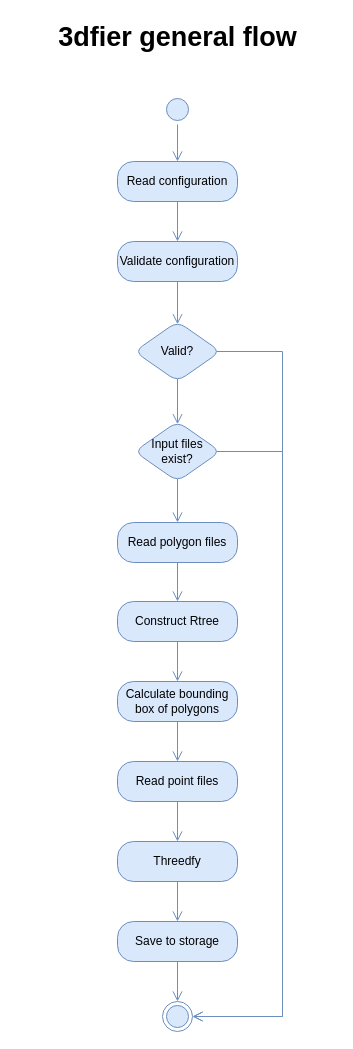
Earlier version of the draw.io diagram resources/flowdiagrams/3dfier general flow.drawio (tudelft3d/3dfier). Source tidied: cells renumbered, new cells numbered last; positions are measured from the earlier drawing's top-left corner, leaving out a move shared by most shapes. Both pictures are drawn from the tidied source at 100%, with x=0, y=0 at pixel (17, 17).
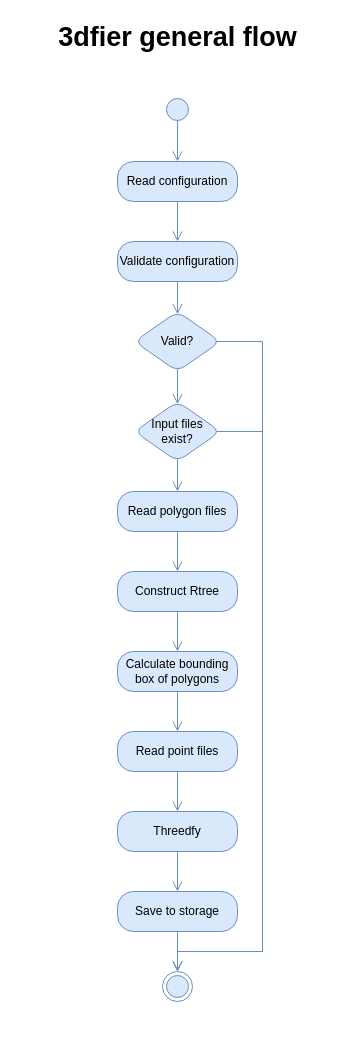
The same diagram, later.

Commit message (it also covers changes not shown here):
update flow diagrams and add images for docs

The change refers to these unchanged cells:
```xml
<mxCell id="2" style="ellipse;html=1;shape=startState;fillColor=#dae8fc;strokeColor=#6c8ebf;shadow=0;" parent="1" vertex="1">
  <mxGeometry x="145" y="77" width="30" height="30" as="geometry" />
</mxCell>
<mxCell id="5" value="Read configuration" style="rounded=1;whiteSpace=wrap;html=1;arcSize=40;fillColor=#dae8fc;strokeColor=#6c8ebf;shadow=0;" parent="1" vertex="1">
  <mxGeometry x="100" y="144" width="120" height="40" as="geometry" />
</mxCell>
```

Diff of the diagram source:
```diff
@@
-    <mxCell id="3" style="edgeStyle=orthogonalEdgeStyle;html=1;verticalAlign=bottom;endArrow=open;endSize=8;strokeColor=#6c8ebf;fillColor=#dae8fc;shadow=0;entryX=0.5;entryY=0;entryDx=0;entryDy=0;entryPerimeter=0;exitX=0.5;exitY=1;exitDx=0;exitDy=0;rounded=0;" parent="1" edge="1" source="2" target="5">
+    <mxCell id="3" style="edgeStyle=orthogonalEdgeStyle;html=1;verticalAlign=bottom;endArrow=open;endSize=8;strokeColor=#6c8ebf;fillColor=#dae8fc;shadow=0;entryX=0.5;entryY=0;entryDx=0;entryDy=0;exitX=0.499;exitY=0.881;exitDx=0;exitDy=0;rounded=0;exitPerimeter=0;" parent="1" edge="1" source="2" target="5">
       <mxGeometry relative="1" as="geometry" />
     </mxCell>
@@
     <mxCell id="9" value="Read polygon files" style="rounded=1;whiteSpace=wrap;html=1;arcSize=40;fillColor=#dae8fc;strokeColor=#6c8ebf;shadow=0;" parent="1" vertex="1">
-      <mxGeometry x="100" y="505" width="120" height="40" as="geometry" />
+      <mxGeometry x="100" y="474" width="120" height="40" as="geometry" />
     </mxCell>
@@
     <mxCell id="11" value="Construct Rtree" style="rounded=1;whiteSpace=wrap;html=1;arcSize=40;fillColor=#dae8fc;strokeColor=#6c8ebf;shadow=0;" parent="1" vertex="1">
-      <mxGeometry x="100" y="584" width="120" height="40" as="geometry" />
+      <mxGeometry x="100" y="554" width="120" height="40" as="geometry" />
     </mxCell>
@@
     <mxCell id="13" value="Calculate bounding box of polygons" style="rounded=1;whiteSpace=wrap;html=1;arcSize=40;fillColor=#dae8fc;strokeColor=#6c8ebf;shadow=0;" parent="1" vertex="1">
-      <mxGeometry x="100" y="664" width="120" height="40" as="geometry" />
+      <mxGeometry x="100" y="634" width="120" height="40" as="geometry" />
     </mxCell>
@@
     <mxCell id="15" value="Read point files" style="rounded=1;whiteSpace=wrap;html=1;arcSize=40;fillColor=#dae8fc;strokeColor=#6c8ebf;shadow=0;" parent="1" vertex="1">
-      <mxGeometry x="100" y="744" width="120" height="40" as="geometry" />
+      <mxGeometry x="100" y="714" width="120" height="40" as="geometry" />
     </mxCell>
@@
     <mxCell id="17" value="Threedfy" style="rounded=1;whiteSpace=wrap;html=1;arcSize=40;fillColor=#dae8fc;strokeColor=#6c8ebf;shadow=0;" parent="1" vertex="1">
-      <mxGeometry x="100" y="824" width="120" height="40" as="geometry" />
+      <mxGeometry x="100" y="794" width="120" height="40" as="geometry" />
     </mxCell>
@@
     <mxCell id="19" value="Save to storage" style="rounded=1;whiteSpace=wrap;html=1;arcSize=40;fillColor=#dae8fc;strokeColor=#6c8ebf;shadow=0;" parent="1" vertex="1">
-      <mxGeometry x="100" y="904" width="120" height="40" as="geometry" />
+      <mxGeometry x="100" y="874" width="120" height="40" as="geometry" />
     </mxCell>
-    <mxCell id="20" style="edgeStyle=orthogonalEdgeStyle;rounded=0;jettySize=auto;html=1;shadow=0;fontColor=#ffffff;entryX=1;entryY=0.5;entryDx=0;entryDy=0;exitX=0.951;exitY=0.5;exitDx=0;exitDy=0;fillColor=#dae8fc;strokeColor=#6c8ebf;endArrow=open;endFill=0;endSize=8;exitPerimeter=0;" parent="1" edge="1" source="23" target="21">
+    <mxCell id="20" style="edgeStyle=orthogonalEdgeStyle;rounded=0;jettySize=auto;html=1;shadow=0;fontColor=#ffffff;entryX=0.5;entryY=0;entryDx=0;entryDy=0;exitX=0.951;exitY=0.5;exitDx=0;exitDy=0;fillColor=#dae8fc;strokeColor=#6c8ebf;endArrow=open;endFill=0;endSize=8;exitPerimeter=0;" parent="1" edge="1" source="23" target="21">
       <mxGeometry relative="1" as="geometry">
         <Array as="points">
-          <mxPoint x="265" y="334" />
-          <mxPoint x="265" y="999" />
+          <mxPoint x="245" y="324" />
+          <mxPoint x="245" y="934" />
+          <mxPoint x="160" y="934" />
         </Array>
       </mxGeometry>
     </mxCell>
     <mxCell id="21" style="ellipse;html=1;shape=endState;fillColor=#dae8fc;strokeColor=#6c8ebf;rounded=1;shadow=0;" parent="1" vertex="1">
-      <mxGeometry x="145" y="984" width="30" height="30" as="geometry" />
+      <mxGeometry x="145" y="954" width="30" height="30" as="geometry" />
     </mxCell>
@@
     <mxCell id="23" value="Valid?" style="rhombus;whiteSpace=wrap;html=1;fillColor=#dae8fc;strokeColor=#6c8ebf;rounded=1;shadow=0;strokeWidth=1;perimeterSpacing=0;" parent="1" vertex="1">
-      <mxGeometry x="117" y="304" width="86" height="60" as="geometry" />
+      <mxGeometry x="117" y="294" width="86" height="60" as="geometry" />
     </mxCell>
@@
-    <mxCell id="25" style="edgeStyle=orthogonalEdgeStyle;rounded=0;jettySize=auto;html=1;fillColor=#dae8fc;strokeColor=#6c8ebf;endSize=8;endArrow=open;endFill=0;entryX=1;entryY=0.5;entryDx=0;entryDy=0;exitX=0.953;exitY=0.5;exitDx=0;exitDy=0;exitPerimeter=0;" parent="1" edge="1" source="26" target="21">
+    <mxCell id="25" style="edgeStyle=orthogonalEdgeStyle;rounded=0;jettySize=auto;html=1;fillColor=#dae8fc;strokeColor=#6c8ebf;endSize=8;endArrow=open;endFill=0;entryX=0.5;entryY=0;entryDx=0;entryDy=0;exitX=0.953;exitY=0.5;exitDx=0;exitDy=0;exitPerimeter=0;" parent="1" edge="1" source="26" target="21">
       <mxGeometry relative="1" as="geometry">
         <Array as="points">
-          <mxPoint x="265" y="434" />
-          <mxPoint x="265" y="999" />
+          <mxPoint x="245" y="414" />
+          <mxPoint x="245" y="934" />
+          <mxPoint x="160" y="934" />
         </Array>
       </mxGeometry>
     </mxCell>
     <mxCell id="26" value="Input files exist?" style="rhombus;whiteSpace=wrap;html=1;fillColor=#dae8fc;strokeColor=#6c8ebf;rounded=1;shadow=0;" parent="1" vertex="1">
-      <mxGeometry x="117" y="404" width="86" height="60" as="geometry" />
+      <mxGeometry x="117" y="384" width="86" height="60" as="geometry" />
     </mxCell>
```
